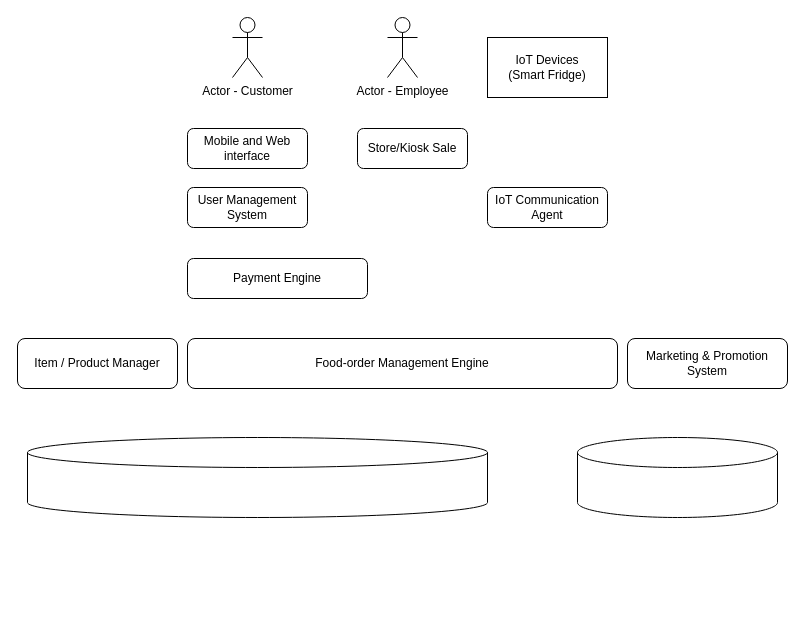
Before: Farmacy_High_Level_Workflow.drawio in techstarskatas/sparklingstarskatas, a draw.io diagram. Source tidied: cells renumbered, new cells numbered last; positions are measured from the earlier drawing's top-left corner, leaving out a move shared by most shapes. Both pictures are drawn from the tidied source at 100%, with x=0, y=0 at pixel (17, 17).
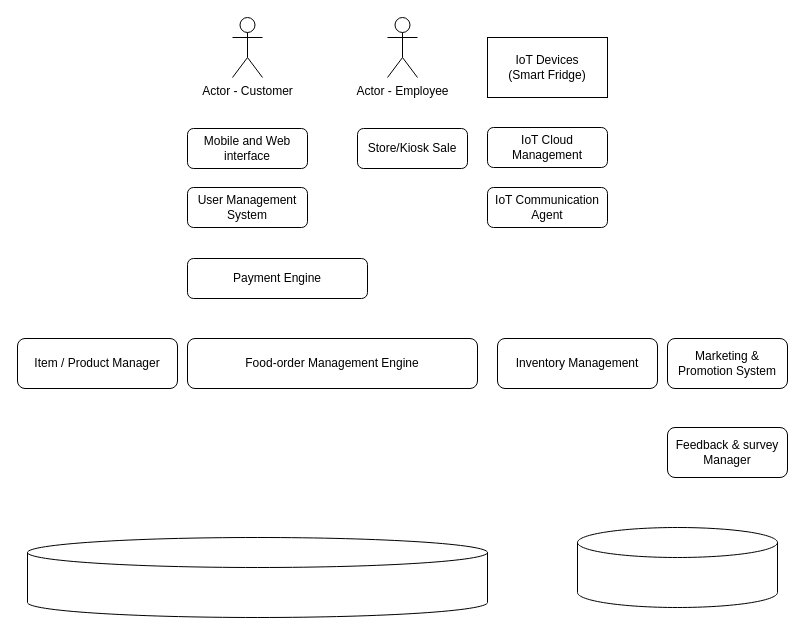
After the change.

Change to the diagram source:
```diff
@@
 <mxGraphModel>
   <root>
     <mxCell id="0" />
     <mxCell id="1" parent="0" />
     <mxCell id="2" value="&lt;span&gt;Food-order Management Engine &lt;/span&gt;" style="rounded=1;whiteSpace=wrap;html=1;" parent="1" vertex="1">
-      <mxGeometry x="170" y="321" width="430" height="50" as="geometry" />
+      <mxGeometry x="170" y="321" width="290" height="50" as="geometry" />
     </mxCell>
     <mxCell id="3" value="Item / Product Manager" style="rounded=1;whiteSpace=wrap;html=1;" parent="1" vertex="1">
       <mxGeometry y="321" width="160" height="50" as="geometry" />
     </mxCell>
     <mxCell id="4" value="User Management System" style="rounded=1;whiteSpace=wrap;html=1;" parent="1" vertex="1">
       <mxGeometry x="170" y="170" width="120" height="40" as="geometry" />
     </mxCell>
     <mxCell id="5" value="&lt;p&gt;&lt;span&gt;&lt;span&gt;&lt;/span&gt;&lt;/span&gt;&lt;span&gt;Mobile and Web interface&lt;/span&gt;&lt;/p&gt;" style="rounded=1;whiteSpace=wrap;html=1;" parent="1" vertex="1">
       <mxGeometry x="170" y="111" width="120" height="40" as="geometry" />
     </mxCell>
     <mxCell id="6" value="Actor - Customer" style="shape=umlActor;verticalLabelPosition=bottom;verticalAlign=top;html=1;" parent="1" vertex="1">
       <mxGeometry x="215" width="30" height="60" as="geometry" />
     </mxCell>
     <mxCell id="7" value="Actor - Employee" style="shape=umlActor;verticalLabelPosition=bottom;verticalAlign=top;html=1;" parent="1" vertex="1">
       <mxGeometry x="370" width="30" height="60" as="geometry" />
     </mxCell>
     <mxCell id="8" value="&lt;p&gt;&lt;span&gt;Store/Kiosk Sale&lt;/span&gt;&lt;/p&gt;" style="rounded=1;whiteSpace=wrap;html=1;" parent="1" vertex="1">
       <mxGeometry x="340" y="111" width="110" height="40" as="geometry" />
     </mxCell>
     <mxCell id="9" value="&lt;p&gt;&lt;span&gt;Payment Engine&lt;/span&gt;&lt;/p&gt;" style="rounded=1;whiteSpace=wrap;html=1;" parent="1" vertex="1">
       <mxGeometry x="170" y="241" width="180" height="40" as="geometry" />
     </mxCell>
     <mxCell id="10" value="&lt;div&gt;IoT Devices&lt;/div&gt;&lt;div&gt;(Smart Fridge)&lt;br&gt;&lt;/div&gt;" style="rounded=0;whiteSpace=wrap;html=1;" parent="1" vertex="1">
       <mxGeometry x="470" y="20" width="120" height="60" as="geometry" />
     </mxCell>
     <mxCell id="11" value="&lt;p&gt;&lt;span&gt;IoT Communication Agent&lt;/span&gt;&lt;/p&gt;" style="rounded=1;whiteSpace=wrap;html=1;" parent="1" vertex="1">
       <mxGeometry x="470" y="170" width="120" height="40" as="geometry" />
     </mxCell>
     <mxCell id="12" value="Marketing &amp;amp; Promotion System" style="rounded=1;whiteSpace=wrap;html=1;" parent="1" vertex="1">
-      <mxGeometry x="610" y="321" width="160" height="50" as="geometry" />
+      <mxGeometry x="650" y="321" width="120" height="50" as="geometry" />
     </mxCell>
     <mxCell id="13" style="shape=cylinder3;whiteSpace=wrap;html=1;boundedLbl=1;backgroundOutline=1;size=15;" parent="1" vertex="1">
-      <mxGeometry x="10" y="420" width="460" height="80" as="geometry" />
+      <mxGeometry x="10" y="520" width="460" height="80" as="geometry" />
     </mxCell>
     <mxCell id="14" style="shape=cylinder3;whiteSpace=wrap;html=1;boundedLbl=1;backgroundOutline=1;size=15;" parent="1" vertex="1">
-      <mxGeometry x="560" y="420" width="200" height="80" as="geometry" />
+      <mxGeometry x="560" y="510" width="200" height="80" as="geometry" />
     </mxCell>
+    <mxCell id="15" value="&lt;p&gt;&lt;span&gt;IoT Cloud Management&lt;/span&gt;&lt;/p&gt;" style="rounded=1;whiteSpace=wrap;html=1;" parent="1" vertex="1">
+      <mxGeometry x="470" y="110" width="120" height="40" as="geometry" />
+    </mxCell>
+    <mxCell id="16" value="Inventory Management" style="rounded=1;whiteSpace=wrap;html=1;" parent="1" vertex="1">
+      <mxGeometry x="480" y="321" width="160" height="50" as="geometry" />
+    </mxCell>
+    <mxCell id="17" value="Feedback &amp;amp; survey Manager" style="rounded=1;whiteSpace=wrap;html=1;" parent="1" vertex="1">
+      <mxGeometry x="650" y="410" width="120" height="50" as="geometry" />
+    </mxCell>
   </root>
 </mxGraphModel>
```
